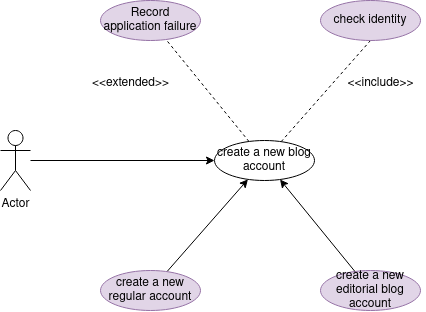
Earlier version of the draw.io export Unidad-1/Tareas/Ejer_calificable_Docente_(MR-2)/ejemplo1_casos de uso.drawio.png (liliguoz/Base-datos). Source tidied: cells renumbered, new cells last; positions are measured from the earlier drawing's top-left corner, leaving out a move shared by most shapes. Source of this version:
```xml
<mxGraphModel>
  <root>
    <mxCell id="0" />
    <mxCell id="1" parent="0" />
    <mxCell id="2" style="edgeStyle=orthogonalEdgeStyle;rounded=0;jettySize=auto;html=1;" parent="1" edge="1" source="3" target="7">
      <mxGeometry relative="1" as="geometry" />
    </mxCell>
    <mxCell id="3" value="Actor" style="shape=umlActor;verticalLabelPosition=bottom;verticalAlign=top;html=1;outlineConnect=0;" parent="1" vertex="1">
      <mxGeometry y="130" width="30" height="60" as="geometry" />
    </mxCell>
    <mxCell id="4" value="Record application failure" style="ellipse;whiteSpace=wrap;html=1;align=center;fillColor=#e1d5e7;strokeColor=#9673a6;" parent="1" vertex="1">
      <mxGeometry x="100" width="100" height="40" as="geometry" />
    </mxCell>
    <mxCell id="5" style="rounded=0;jettySize=auto;html=1;entryX=0.5;entryY=1;entryDx=0;entryDy=0;dashed=1;endArrow=none;endFill=0;" parent="1" edge="1" source="7" target="8">
      <mxGeometry relative="1" as="geometry" />
    </mxCell>
    <mxCell id="6" style="rounded=0;jettySize=auto;html=1;endArrow=none;endFill=0;dashed=1;" parent="1" edge="1" source="7" target="4">
      <mxGeometry relative="1" as="geometry" />
    </mxCell>
    <mxCell id="7" value="create a new blog account" style="ellipse;whiteSpace=wrap;html=1;align=center;" parent="1" vertex="1">
      <mxGeometry x="214" y="140" width="100" height="40" as="geometry" />
    </mxCell>
    <mxCell id="8" value="check identity" style="ellipse;whiteSpace=wrap;html=1;align=center;fillColor=#e1d5e7;strokeColor=#9673a6;" parent="1" vertex="1">
      <mxGeometry x="320" width="100" height="40" as="geometry" />
    </mxCell>
    <mxCell id="9" value="&amp;lt;&amp;lt;include&amp;gt;&amp;gt;" style="text;html=1;align=center;verticalAlign=middle;strokeColor=none;fillColor=none;" parent="1" vertex="1">
      <mxGeometry x="335" y="68" width="90" height="30" as="geometry" />
    </mxCell>
    <mxCell id="10" value="&amp;lt;&amp;lt;extended&amp;gt;&amp;gt;" style="text;html=1;align=center;verticalAlign=middle;strokeColor=none;fillColor=none;" parent="1" vertex="1">
      <mxGeometry x="80" y="68" width="100" height="30" as="geometry" />
    </mxCell>
    <mxCell id="11" value="create a new editorial blog account " style="ellipse;whiteSpace=wrap;html=1;align=center;fillColor=#e1d5e7;strokeColor=#9673a6;" parent="1" vertex="1">
      <mxGeometry x="320" y="270" width="100" height="40" as="geometry" />
    </mxCell>
    <mxCell id="12" style="rounded=0;jettySize=auto;html=1;" parent="1" edge="1" source="13" target="7">
      <mxGeometry relative="1" as="geometry" />
    </mxCell>
    <mxCell id="13" value="create a new regular account" style="ellipse;whiteSpace=wrap;html=1;align=center;fillColor=#e1d5e7;strokeColor=#9673a6;" parent="1" vertex="1">
      <mxGeometry x="100" y="270" width="100" height="40" as="geometry" />
    </mxCell>
    <mxCell id="14" style="rounded=0;jettySize=auto;html=1;" parent="1" edge="1" source="11" target="7">
      <mxGeometry relative="1" as="geometry" />
    </mxCell>
  </root>
</mxGraphModel>
```
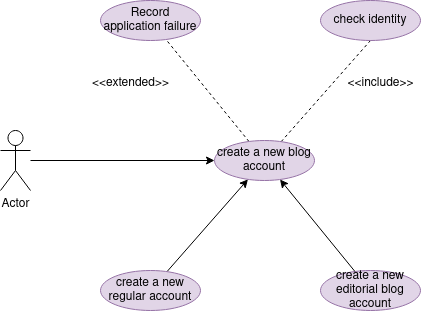
Above is the later version.

Change to the diagram source:
```diff
@@ -17,7 +17,7 @@
     <mxCell id="6" style="rounded=0;jettySize=auto;html=1;endArrow=none;endFill=0;dashed=1;" parent="1" edge="1" source="7" target="4">
       <mxGeometry relative="1" as="geometry" />
     </mxCell>
-    <mxCell id="7" value="create a new blog account" style="ellipse;whiteSpace=wrap;html=1;align=center;" parent="1" vertex="1">
+    <mxCell id="7" value="create a new blog account" style="ellipse;whiteSpace=wrap;html=1;align=center;fillColor=#e1d5e7;strokeColor=#9673a6;" parent="1" vertex="1">
       <mxGeometry x="214" y="140" width="100" height="40" as="geometry" />
     </mxCell>
     <mxCell id="8" value="check identity" style="ellipse;whiteSpace=wrap;html=1;align=center;fillColor=#e1d5e7;strokeColor=#9673a6;" parent="1" vertex="1">
```
